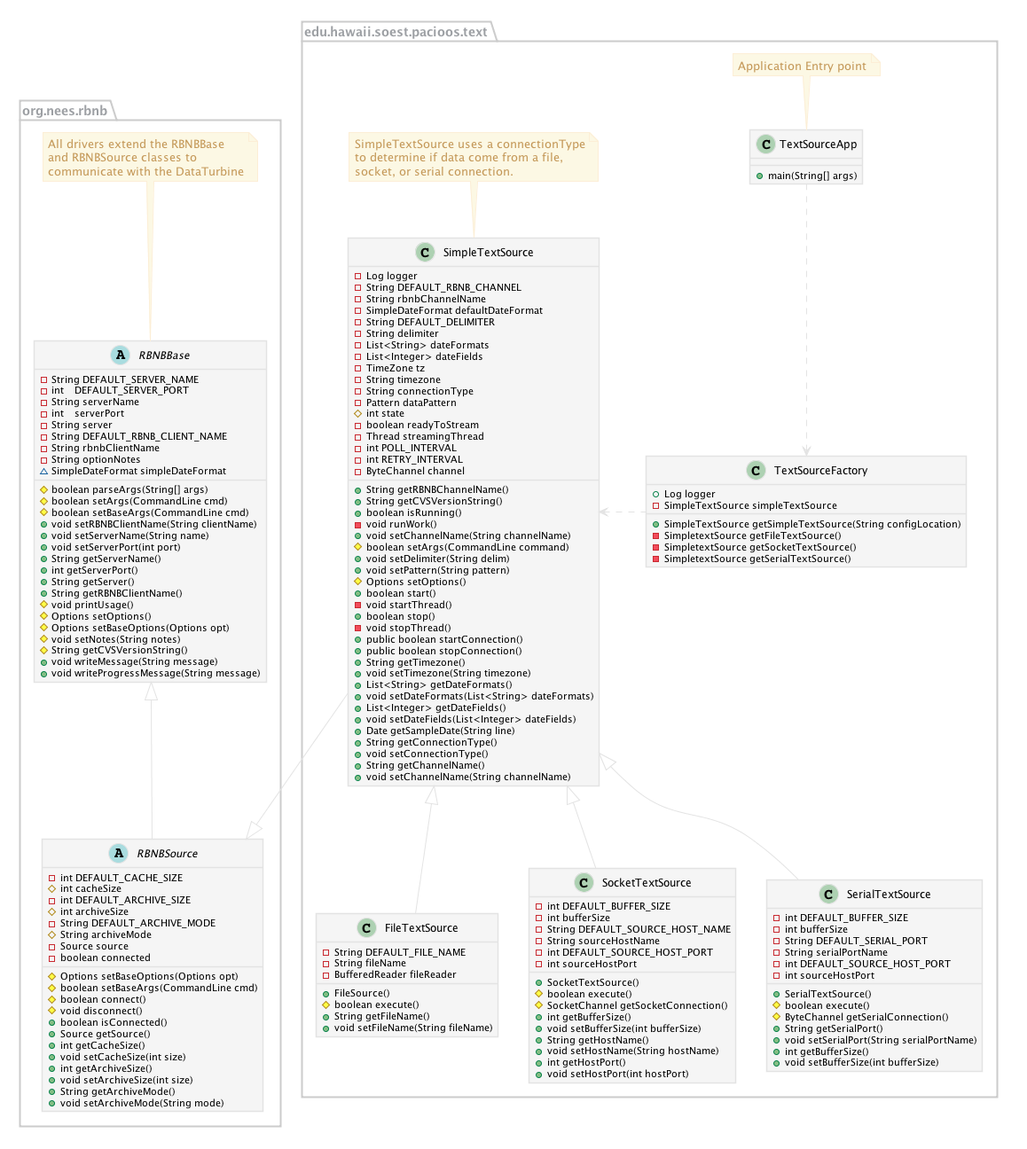
Earlier version of the PlantUML export docs/dev/design/rbnb-drivers-class-diagram.png (csjx/realtime-data).
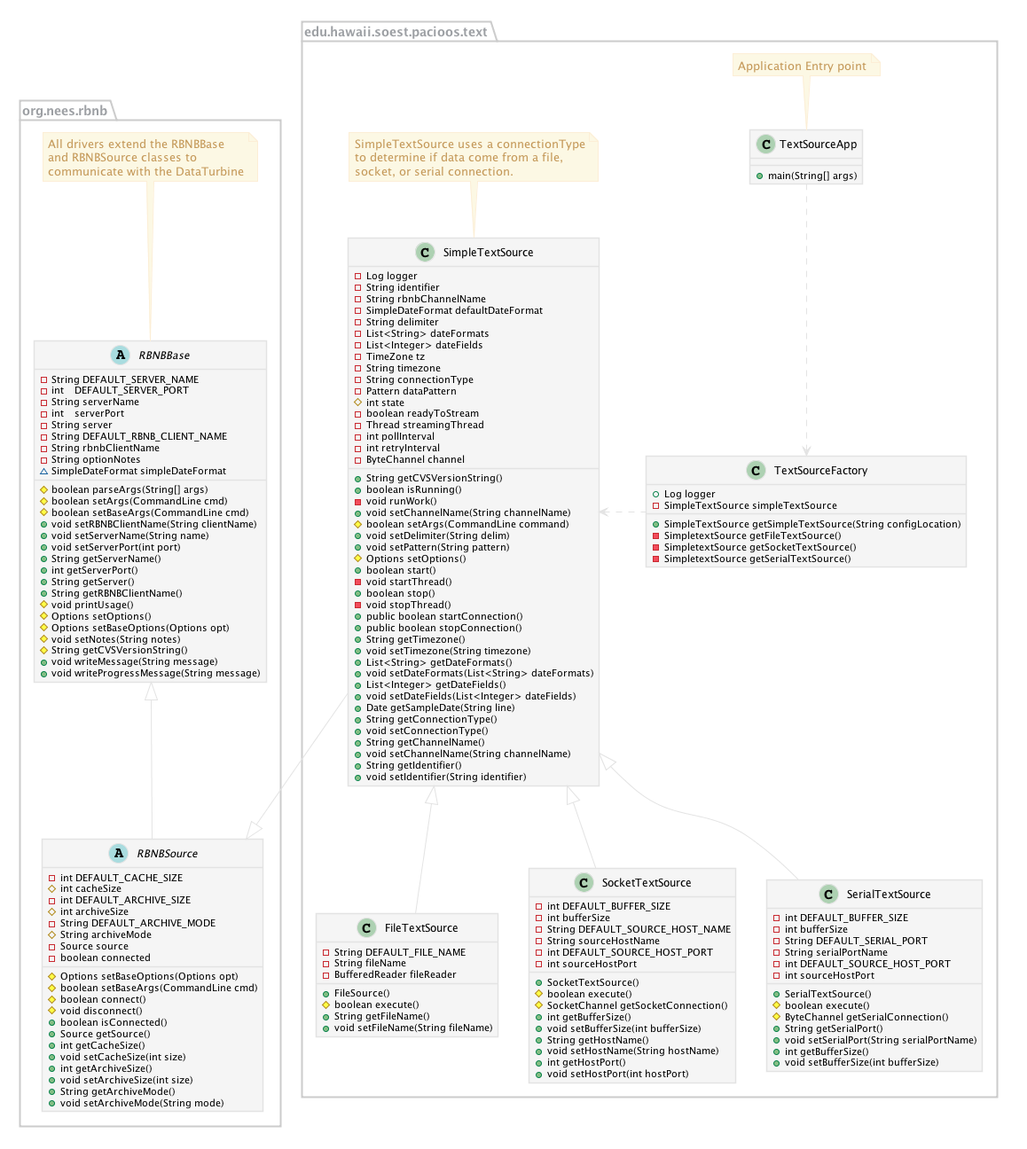
Above is the later version.

Commit message:
Add the identifier field and it's getter and setter.

What changed in the source:
```diff
@@ -121,10 +121,9 @@
 
   class SimpleTextSource {
     -Log logger
-    -String DEFAULT_RBNB_CHANNEL
+    -String identifier
     -String rbnbChannelName
     -SimpleDateFormat defaultDateFormat
-    -String DEFAULT_DELIMITER
     -String delimiter
     -List<String> dateFormats
     -List<Integer> dateFields
@@ -135,10 +134,9 @@
     #int state
     -boolean readyToStream
     -Thread streamingThread
-    -int POLL_INTERVAL
-    -int RETRY_INTERVAL
+    -int pollInterval
+    -int retryInterval
     -ByteChannel channel
-    +String getRBNBChannelName()
     +String getCVSVersionString()
     +boolean isRunning()
     -void runWork()
@@ -164,6 +162,8 @@
     +void setConnectionType()
     +String getChannelName()
     +void setChannelName(String channelName)
+    +String getIdentifier()
+    +void setIdentifier(String identifier)
   }
 
   class FileTextSource {
```
